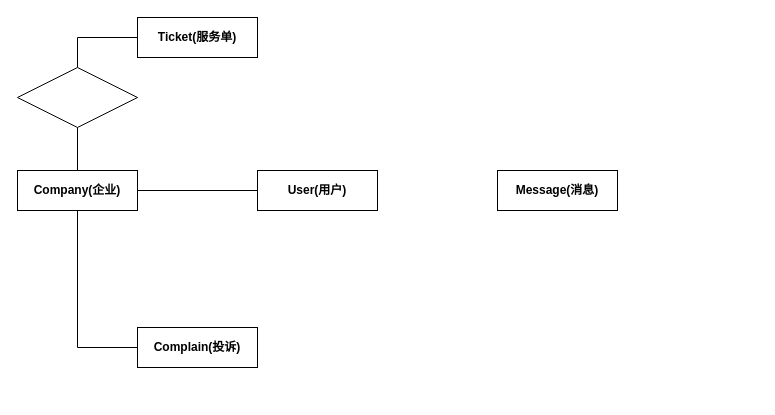
This is page "ER Graph" (3 of 3) of 需求规格说明书/Ishgrina/img/类图.drawio from Isatronia/e-life_TicketManager, a draw.io file, before an edit. Source tidied: cells renumbered, new cells numbered last; positions are measured from the earlier drawing's top-left corner, leaving out a move shared by most shapes. Both pictures are drawn from the tidied source at 100%, with x=0, y=0 at pixel (17, 17).
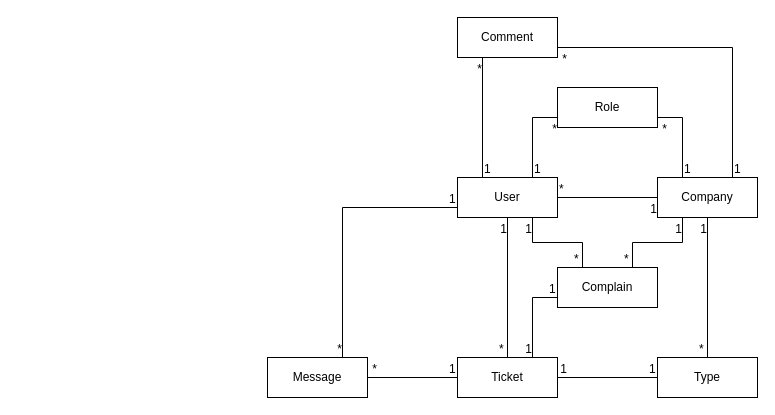
After the change.

Change to the diagram source:
```diff
@@
-    <mxCell id="2" style="edgeStyle=orthogonalEdgeStyle;rounded=0;jettySize=auto;html=1;exitX=0.5;exitY=1;exitDx=0;exitDy=0;entryX=0;entryY=0.5;entryDx=0;entryDy=0;endArrow=none;endFill=0;" parent="1" edge="1" source="3" target="8">
-      <mxGeometry relative="1" as="geometry" />
-    </mxCell>
-    <mxCell id="3" value="&lt;span style=&quot;font-weight: 700&quot;&gt;Company(企业)&lt;/span&gt;" style="rounded=0;whiteSpace=wrap;html=1;" parent="1" vertex="1">
-      <mxGeometry y="153" width="120" height="40" as="geometry" />
-    </mxCell>
-    <mxCell id="4" style="edgeStyle=orthogonalEdgeStyle;rounded=0;jettySize=auto;html=1;exitX=0;exitY=0.5;exitDx=0;exitDy=0;entryX=1;entryY=0.5;entryDx=0;entryDy=0;endArrow=none;endFill=0;" parent="1" edge="1" source="5" target="3">
-      <mxGeometry relative="1" as="geometry" />
-    </mxCell>
-    <mxCell id="5" value="&lt;b&gt;User(用户)&lt;/b&gt;" style="rounded=0;whiteSpace=wrap;html=1;" parent="1" vertex="1">
-      <mxGeometry x="240" y="153" width="120" height="40" as="geometry" />
-    </mxCell>
-    <mxCell id="6" style="edgeStyle=orthogonalEdgeStyle;rounded=0;jettySize=auto;html=1;exitX=0;exitY=0.5;exitDx=0;exitDy=0;entryX=0.5;entryY=0;entryDx=0;entryDy=0;endArrow=none;endFill=0;" parent="1" edge="1" source="7" target="11">
-      <mxGeometry relative="1" as="geometry" />
-    </mxCell>
-    <mxCell id="7" value="&lt;b&gt;Ticket(服务单)&lt;/b&gt;" style="rounded=0;whiteSpace=wrap;html=1;" parent="1" vertex="1">
-      <mxGeometry x="120" width="120" height="40" as="geometry" />
-    </mxCell>
-    <mxCell id="8" value="&lt;b&gt;Complain(投诉)&lt;/b&gt;" style="rounded=0;whiteSpace=wrap;html=1;" parent="1" vertex="1">
-      <mxGeometry x="120" y="310" width="120" height="40" as="geometry" />
-    </mxCell>
-    <mxCell id="9" value="&lt;b&gt;Message(消息)&lt;/b&gt;" style="rounded=0;whiteSpace=wrap;html=1;" parent="1" vertex="1">
-      <mxGeometry x="480" y="153" width="120" height="40" as="geometry" />
-    </mxCell>
-    <mxCell id="10" style="edgeStyle=orthogonalEdgeStyle;rounded=0;jettySize=auto;html=1;exitX=0.5;exitY=1;exitDx=0;exitDy=0;entryX=0.5;entryY=0;entryDx=0;entryDy=0;endArrow=none;endFill=0;" parent="1" edge="1" source="11" target="3">
-      <mxGeometry relative="1" as="geometry" />
-    </mxCell>
-    <mxCell id="11" style="rhombus;whiteSpace=wrap;html=1;" parent="1" vertex="1">
-      <mxGeometry y="50" width="120" height="60" as="geometry" />
-    </mxCell>
+    <mxCell id="12" value="Comment" style="whiteSpace=wrap;html=1;align=center;" parent="1" vertex="1">
+      <mxGeometry x="440" width="100" height="40" as="geometry" />
+    </mxCell>
+    <mxCell id="13" value="Role" style="whiteSpace=wrap;html=1;align=center;" parent="1" vertex="1">
+      <mxGeometry x="540" y="70" width="100" height="40" as="geometry" />
+    </mxCell>
+    <mxCell id="14" value="User" style="whiteSpace=wrap;html=1;align=center;" parent="1" vertex="1">
+      <mxGeometry x="440" y="160" width="100" height="40" as="geometry" />
+    </mxCell>
+    <mxCell id="15" value="Company" style="whiteSpace=wrap;html=1;align=center;" parent="1" vertex="1">
+      <mxGeometry x="640" y="160" width="100" height="40" as="geometry" />
+    </mxCell>
+    <mxCell id="16" value="Ticket" style="whiteSpace=wrap;html=1;align=center;" parent="1" vertex="1">
+      <mxGeometry x="440" y="340" width="100" height="40" as="geometry" />
+    </mxCell>
+    <mxCell id="17" value="Complain" style="whiteSpace=wrap;html=1;align=center;" parent="1" vertex="1">
+      <mxGeometry x="540" y="250" width="100" height="40" as="geometry" />
+    </mxCell>
+    <mxCell id="18" value="Type" style="whiteSpace=wrap;html=1;align=center;" parent="1" vertex="1">
+      <mxGeometry x="640" y="340" width="100" height="40" as="geometry" />
+    </mxCell>
+    <mxCell id="19" value="Message" style="whiteSpace=wrap;html=1;align=center;" parent="1" vertex="1">
+      <mxGeometry x="250" y="340" width="100" height="40" as="geometry" />
+    </mxCell>
+    <mxCell id="20" style="endArrow=none;html=1;rounded=0;entryX=0.25;entryY=1;entryDx=0;entryDy=0;exitX=0.25;exitY=0;exitDx=0;exitDy=0;" parent="1" edge="1" source="14" target="12">
+      <mxGeometry relative="1" as="geometry" />
+    </mxCell>
+    <mxCell id="21" value="1" style="html=1;align=left;verticalAlign=bottom;" parent="20" vertex="1">
+      <mxGeometry x="-1" relative="1" as="geometry" />
+    </mxCell>
+    <mxCell id="22" value="*" style="html=1;align=right;verticalAlign=bottom;" parent="20" vertex="1">
+      <mxGeometry x="1" relative="1" as="geometry">
+        <mxPoint y="20" as="offset" />
+      </mxGeometry>
+    </mxCell>
+    <mxCell id="23" style="endArrow=none;html=1;rounded=0;entryX=1;entryY=0.75;entryDx=0;entryDy=0;exitX=0.75;exitY=0;exitDx=0;exitDy=0;edgeStyle=orthogonalEdgeStyle;" parent="1" edge="1" source="15" target="12">
+      <mxGeometry relative="1" as="geometry">
+        <Array as="points">
+          <mxPoint x="715" y="30" />
+        </Array>
+      </mxGeometry>
+    </mxCell>
+    <mxCell id="24" value="1" style="html=1;align=left;verticalAlign=bottom;" parent="23" vertex="1">
+      <mxGeometry x="-1" relative="1" as="geometry" />
+    </mxCell>
+    <mxCell id="25" value="*" style="html=1;align=right;verticalAlign=bottom;" parent="23" vertex="1">
+      <mxGeometry x="1" relative="1" as="geometry">
+        <mxPoint x="10" y="20" as="offset" />
+      </mxGeometry>
+    </mxCell>
+    <mxCell id="26" style="endArrow=none;html=1;rounded=0;entryX=1;entryY=0.75;entryDx=0;entryDy=0;exitX=0.25;exitY=0;exitDx=0;exitDy=0;edgeStyle=orthogonalEdgeStyle;" parent="1" edge="1" source="15" target="13">
+      <mxGeometry relative="1" as="geometry">
+        <Array as="points">
+          <mxPoint x="665" y="100" />
+        </Array>
+      </mxGeometry>
+    </mxCell>
+    <mxCell id="27" value="1" style="html=1;align=left;verticalAlign=bottom;" parent="26" vertex="1">
+      <mxGeometry x="-1" relative="1" as="geometry" />
+    </mxCell>
+    <mxCell id="28" value="*" style="html=1;align=right;verticalAlign=bottom;" parent="26" vertex="1">
+      <mxGeometry x="1" relative="1" as="geometry">
+        <mxPoint x="10" y="20" as="offset" />
+      </mxGeometry>
+    </mxCell>
+    <mxCell id="29" style="endArrow=none;html=1;rounded=0;entryX=0;entryY=0.75;entryDx=0;entryDy=0;exitX=0.75;exitY=0;exitDx=0;exitDy=0;edgeStyle=orthogonalEdgeStyle;" parent="1" edge="1" source="14" target="13">
+      <mxGeometry relative="1" as="geometry" />
+    </mxCell>
+    <mxCell id="30" value="1" style="html=1;align=left;verticalAlign=bottom;" parent="29" vertex="1">
+      <mxGeometry x="-1" relative="1" as="geometry" />
+    </mxCell>
+    <mxCell id="31" value="*" style="html=1;align=right;verticalAlign=bottom;" parent="29" vertex="1">
+      <mxGeometry x="1" relative="1" as="geometry">
+        <mxPoint x="-0.2" y="20" as="offset" />
+      </mxGeometry>
+    </mxCell>
+    <mxCell id="32" style="endArrow=none;html=1;rounded=0;entryX=0.75;entryY=0;entryDx=0;entryDy=0;exitX=0;exitY=0.75;exitDx=0;exitDy=0;edgeStyle=orthogonalEdgeStyle;" parent="1" edge="1" source="14" target="19">
+      <mxGeometry relative="1" as="geometry" />
+    </mxCell>
+    <mxCell id="33" value="1" style="html=1;align=left;verticalAlign=bottom;" parent="32" vertex="1">
+      <mxGeometry x="-1" relative="1" as="geometry">
+        <mxPoint x="-10" as="offset" />
+      </mxGeometry>
+    </mxCell>
+    <mxCell id="34" value="*" style="html=1;align=right;verticalAlign=bottom;" parent="32" vertex="1">
+      <mxGeometry x="1" relative="1" as="geometry">
+        <mxPoint y="-0.2" as="offset" />
+      </mxGeometry>
+    </mxCell>
+    <mxCell id="35" style="endArrow=none;html=1;rounded=0;entryX=1;entryY=0.5;entryDx=0;entryDy=0;exitX=0;exitY=0.5;exitDx=0;exitDy=0;edgeStyle=orthogonalEdgeStyle;" parent="1" edge="1" source="16" target="19">
+      <mxGeometry relative="1" as="geometry" />
+    </mxCell>
+    <mxCell id="36" value="1" style="html=1;align=left;verticalAlign=bottom;" parent="35" vertex="1">
+      <mxGeometry x="-1" relative="1" as="geometry">
+        <mxPoint x="-10" as="offset" />
+      </mxGeometry>
+    </mxCell>
+    <mxCell id="37" value="*" style="html=1;align=right;verticalAlign=bottom;" parent="35" vertex="1">
+      <mxGeometry x="1" relative="1" as="geometry">
+        <mxPoint x="10" y="-0.2" as="offset" />
+      </mxGeometry>
+    </mxCell>
+    <mxCell id="38" style="endArrow=none;html=1;rounded=0;entryX=0.5;entryY=1;entryDx=0;entryDy=0;exitX=0.5;exitY=0;exitDx=0;exitDy=0;edgeStyle=orthogonalEdgeStyle;" parent="1" edge="1" source="16" target="14">
+      <mxGeometry relative="1" as="geometry" />
+    </mxCell>
+    <mxCell id="39" value="*" style="html=1;align=left;verticalAlign=bottom;" parent="38" vertex="1">
+      <mxGeometry x="-1" relative="1" as="geometry">
+        <mxPoint x="-10" as="offset" />
+      </mxGeometry>
+    </mxCell>
+    <mxCell id="40" value="1" style="html=1;align=right;verticalAlign=bottom;" parent="38" vertex="1">
+      <mxGeometry x="1" relative="1" as="geometry">
+        <mxPoint y="20" as="offset" />
+      </mxGeometry>
+    </mxCell>
+    <mxCell id="41" style="endArrow=none;html=1;rounded=0;entryX=0.75;entryY=0;entryDx=0;entryDy=0;exitX=0;exitY=0.75;exitDx=0;exitDy=0;edgeStyle=orthogonalEdgeStyle;" parent="1" edge="1" source="17" target="16">
+      <mxGeometry relative="1" as="geometry" />
+    </mxCell>
+    <mxCell id="42" value="1" style="html=1;align=left;verticalAlign=bottom;" parent="41" vertex="1">
+      <mxGeometry x="-1" relative="1" as="geometry">
+        <mxPoint x="-10" as="offset" />
+      </mxGeometry>
+    </mxCell>
+    <mxCell id="43" value="1" style="html=1;align=right;verticalAlign=bottom;" parent="41" vertex="1">
+      <mxGeometry x="1" relative="1" as="geometry">
+        <mxPoint y="-0.2" as="offset" />
+      </mxGeometry>
+    </mxCell>
+    <mxCell id="44" style="endArrow=none;html=1;rounded=0;entryX=1;entryY=0.5;entryDx=0;entryDy=0;exitX=0;exitY=0.5;exitDx=0;exitDy=0;edgeStyle=orthogonalEdgeStyle;" parent="1" edge="1" source="18" target="16">
+      <mxGeometry relative="1" as="geometry" />
+    </mxCell>
+    <mxCell id="45" value="1" style="html=1;align=left;verticalAlign=bottom;" parent="44" vertex="1">
+      <mxGeometry x="-1" relative="1" as="geometry">
+        <mxPoint x="-10" as="offset" />
+      </mxGeometry>
+    </mxCell>
+    <mxCell id="46" value="1" style="html=1;align=right;verticalAlign=bottom;" parent="44" vertex="1">
+      <mxGeometry x="1" relative="1" as="geometry">
+        <mxPoint x="10" y="-0.2" as="offset" />
+      </mxGeometry>
+    </mxCell>
+    <mxCell id="47" style="endArrow=none;html=1;rounded=0;entryX=0.75;entryY=1;entryDx=0;entryDy=0;exitX=0.25;exitY=0;exitDx=0;exitDy=0;edgeStyle=orthogonalEdgeStyle;" parent="1" edge="1" source="17" target="14">
+      <mxGeometry relative="1" as="geometry" />
+    </mxCell>
+    <mxCell id="48" value="*" style="html=1;align=left;verticalAlign=bottom;" parent="47" vertex="1">
+      <mxGeometry x="-1" relative="1" as="geometry">
+        <mxPoint x="-10" as="offset" />
+      </mxGeometry>
+    </mxCell>
+    <mxCell id="49" value="1" style="html=1;align=right;verticalAlign=bottom;" parent="47" vertex="1">
+      <mxGeometry x="1" relative="1" as="geometry">
+        <mxPoint y="20" as="offset" />
+      </mxGeometry>
+    </mxCell>
+    <mxCell id="50" style="endArrow=none;html=1;rounded=0;entryX=0.25;entryY=1;entryDx=0;entryDy=0;exitX=0.75;exitY=0;exitDx=0;exitDy=0;edgeStyle=orthogonalEdgeStyle;" parent="1" edge="1" source="17" target="15">
+      <mxGeometry relative="1" as="geometry" />
+    </mxCell>
+    <mxCell id="51" value="*" style="html=1;align=left;verticalAlign=bottom;" parent="50" vertex="1">
+      <mxGeometry x="-1" relative="1" as="geometry">
+        <mxPoint x="-10" as="offset" />
+      </mxGeometry>
+    </mxCell>
+    <mxCell id="52" value="1" style="html=1;align=right;verticalAlign=bottom;" parent="50" vertex="1">
+      <mxGeometry x="1" relative="1" as="geometry">
+        <mxPoint y="20" as="offset" />
+      </mxGeometry>
+    </mxCell>
+    <mxCell id="53" style="endArrow=none;html=1;rounded=0;entryX=0.5;entryY=1;entryDx=0;entryDy=0;exitX=0.5;exitY=0;exitDx=0;exitDy=0;edgeStyle=orthogonalEdgeStyle;" parent="1" edge="1" source="18" target="15">
+      <mxGeometry relative="1" as="geometry" />
+    </mxCell>
+    <mxCell id="54" value="*" style="html=1;align=left;verticalAlign=bottom;" parent="53" vertex="1">
+      <mxGeometry x="-1" relative="1" as="geometry">
+        <mxPoint x="-10" as="offset" />
+      </mxGeometry>
+    </mxCell>
+    <mxCell id="55" value="1" style="html=1;align=right;verticalAlign=bottom;" parent="53" vertex="1">
+      <mxGeometry x="1" relative="1" as="geometry">
+        <mxPoint y="20" as="offset" />
+      </mxGeometry>
+    </mxCell>
+    <mxCell id="56" style="endArrow=none;html=1;rounded=0;entryX=0;entryY=0.5;entryDx=0;entryDy=0;exitX=1;exitY=0.5;exitDx=0;exitDy=0;edgeStyle=orthogonalEdgeStyle;" parent="1" edge="1" source="14" target="15">
+      <mxGeometry relative="1" as="geometry" />
+    </mxCell>
+    <mxCell id="57" value="*" style="html=1;align=left;verticalAlign=bottom;" parent="56" vertex="1">
+      <mxGeometry x="-1" relative="1" as="geometry" />
+    </mxCell>
+    <mxCell id="58" value="1" style="html=1;align=right;verticalAlign=bottom;" parent="56" vertex="1">
+      <mxGeometry x="1" relative="1" as="geometry">
+        <mxPoint y="20" as="offset" />
+      </mxGeometry>
+    </mxCell>
```
